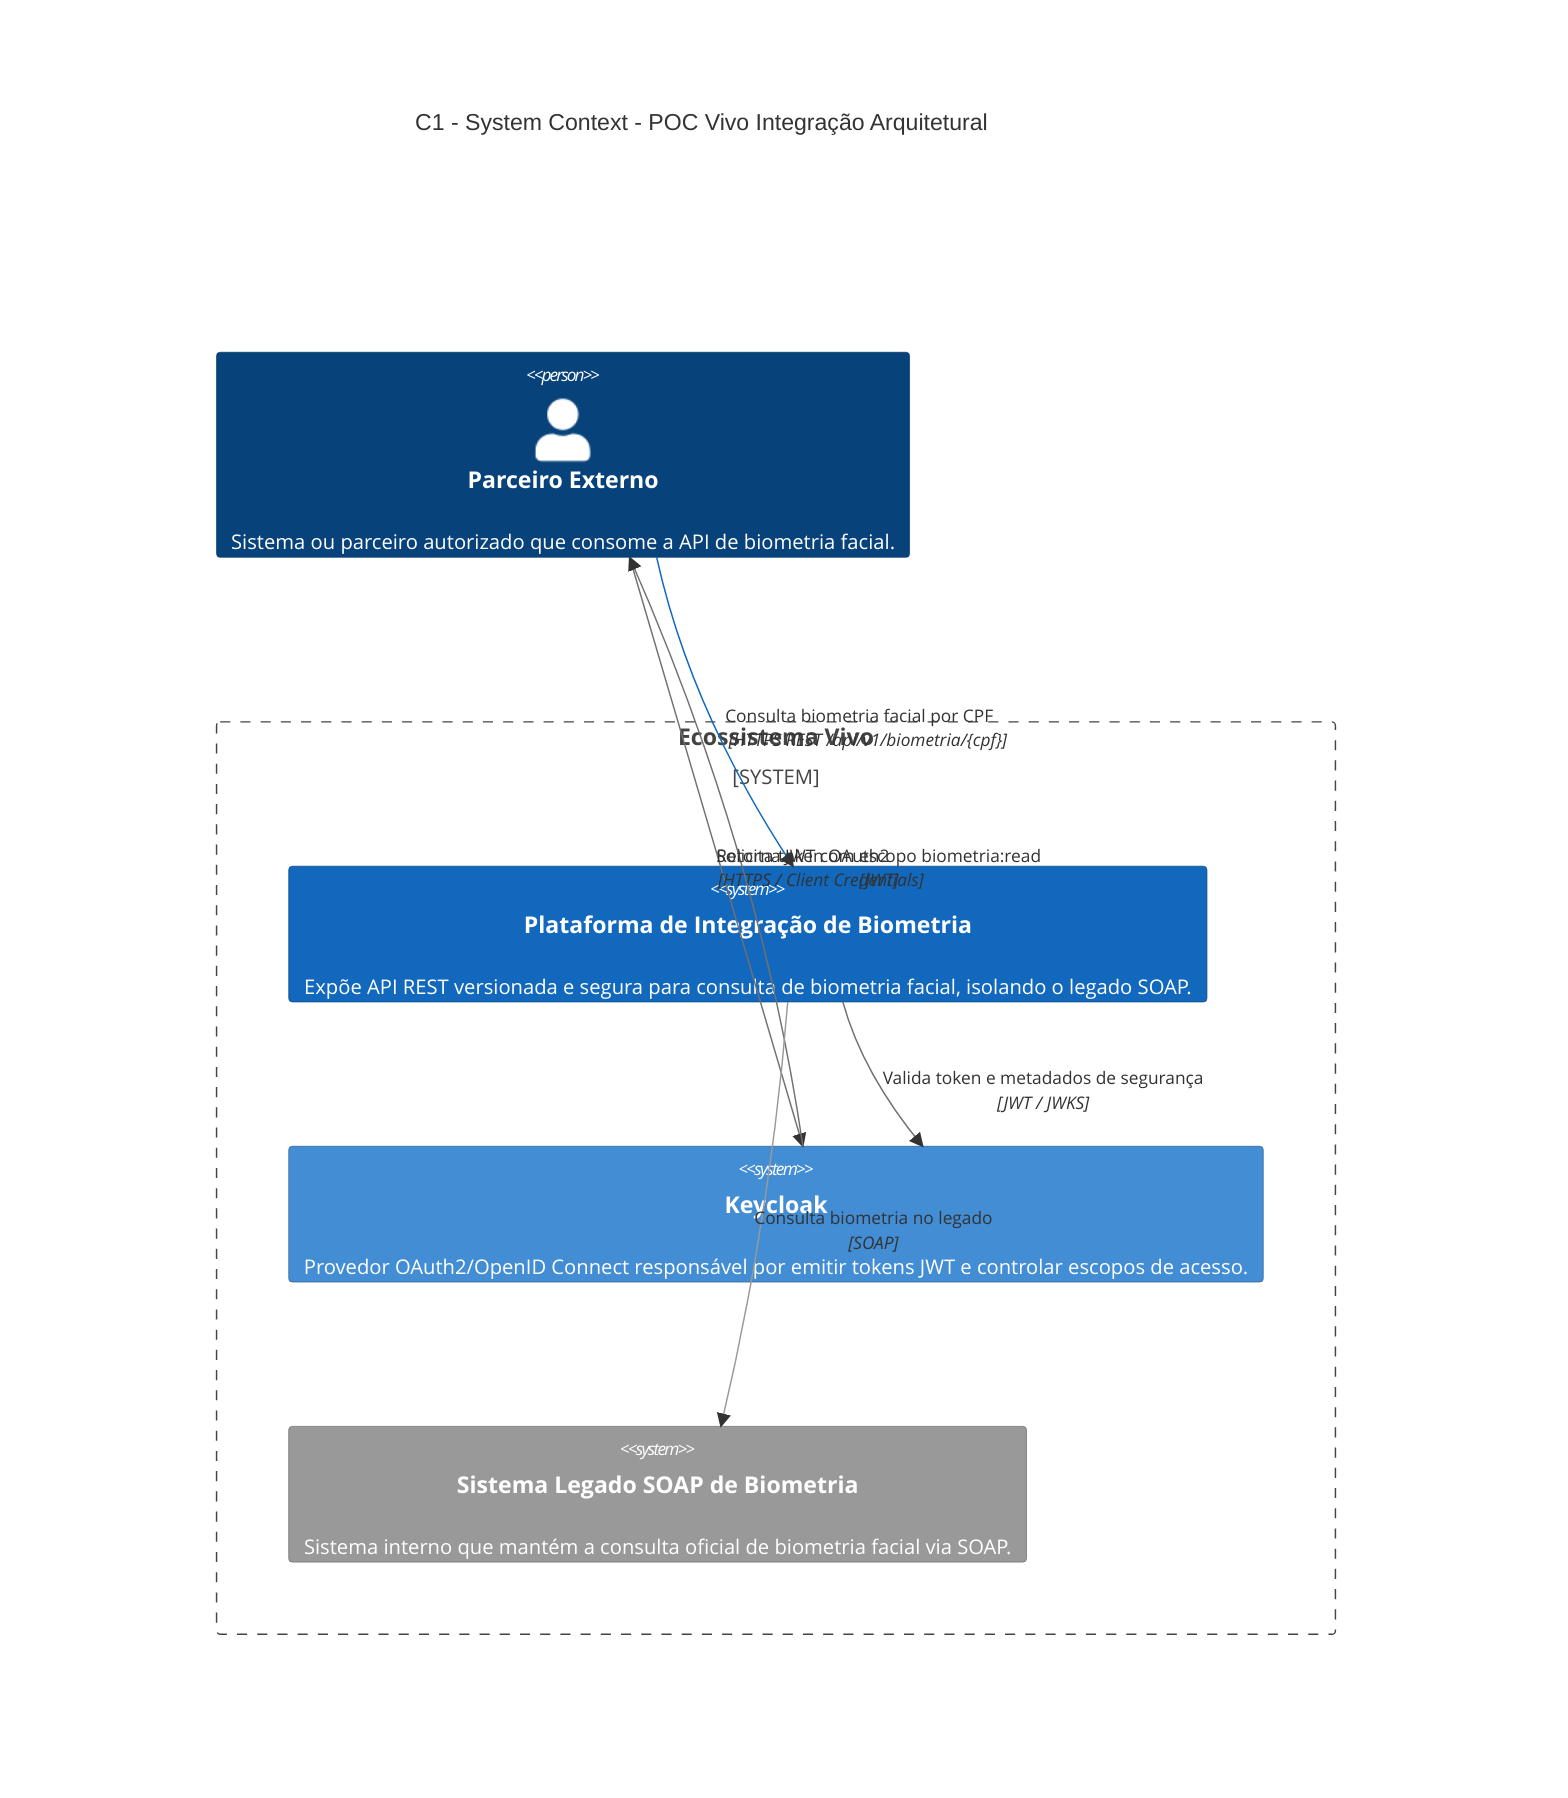
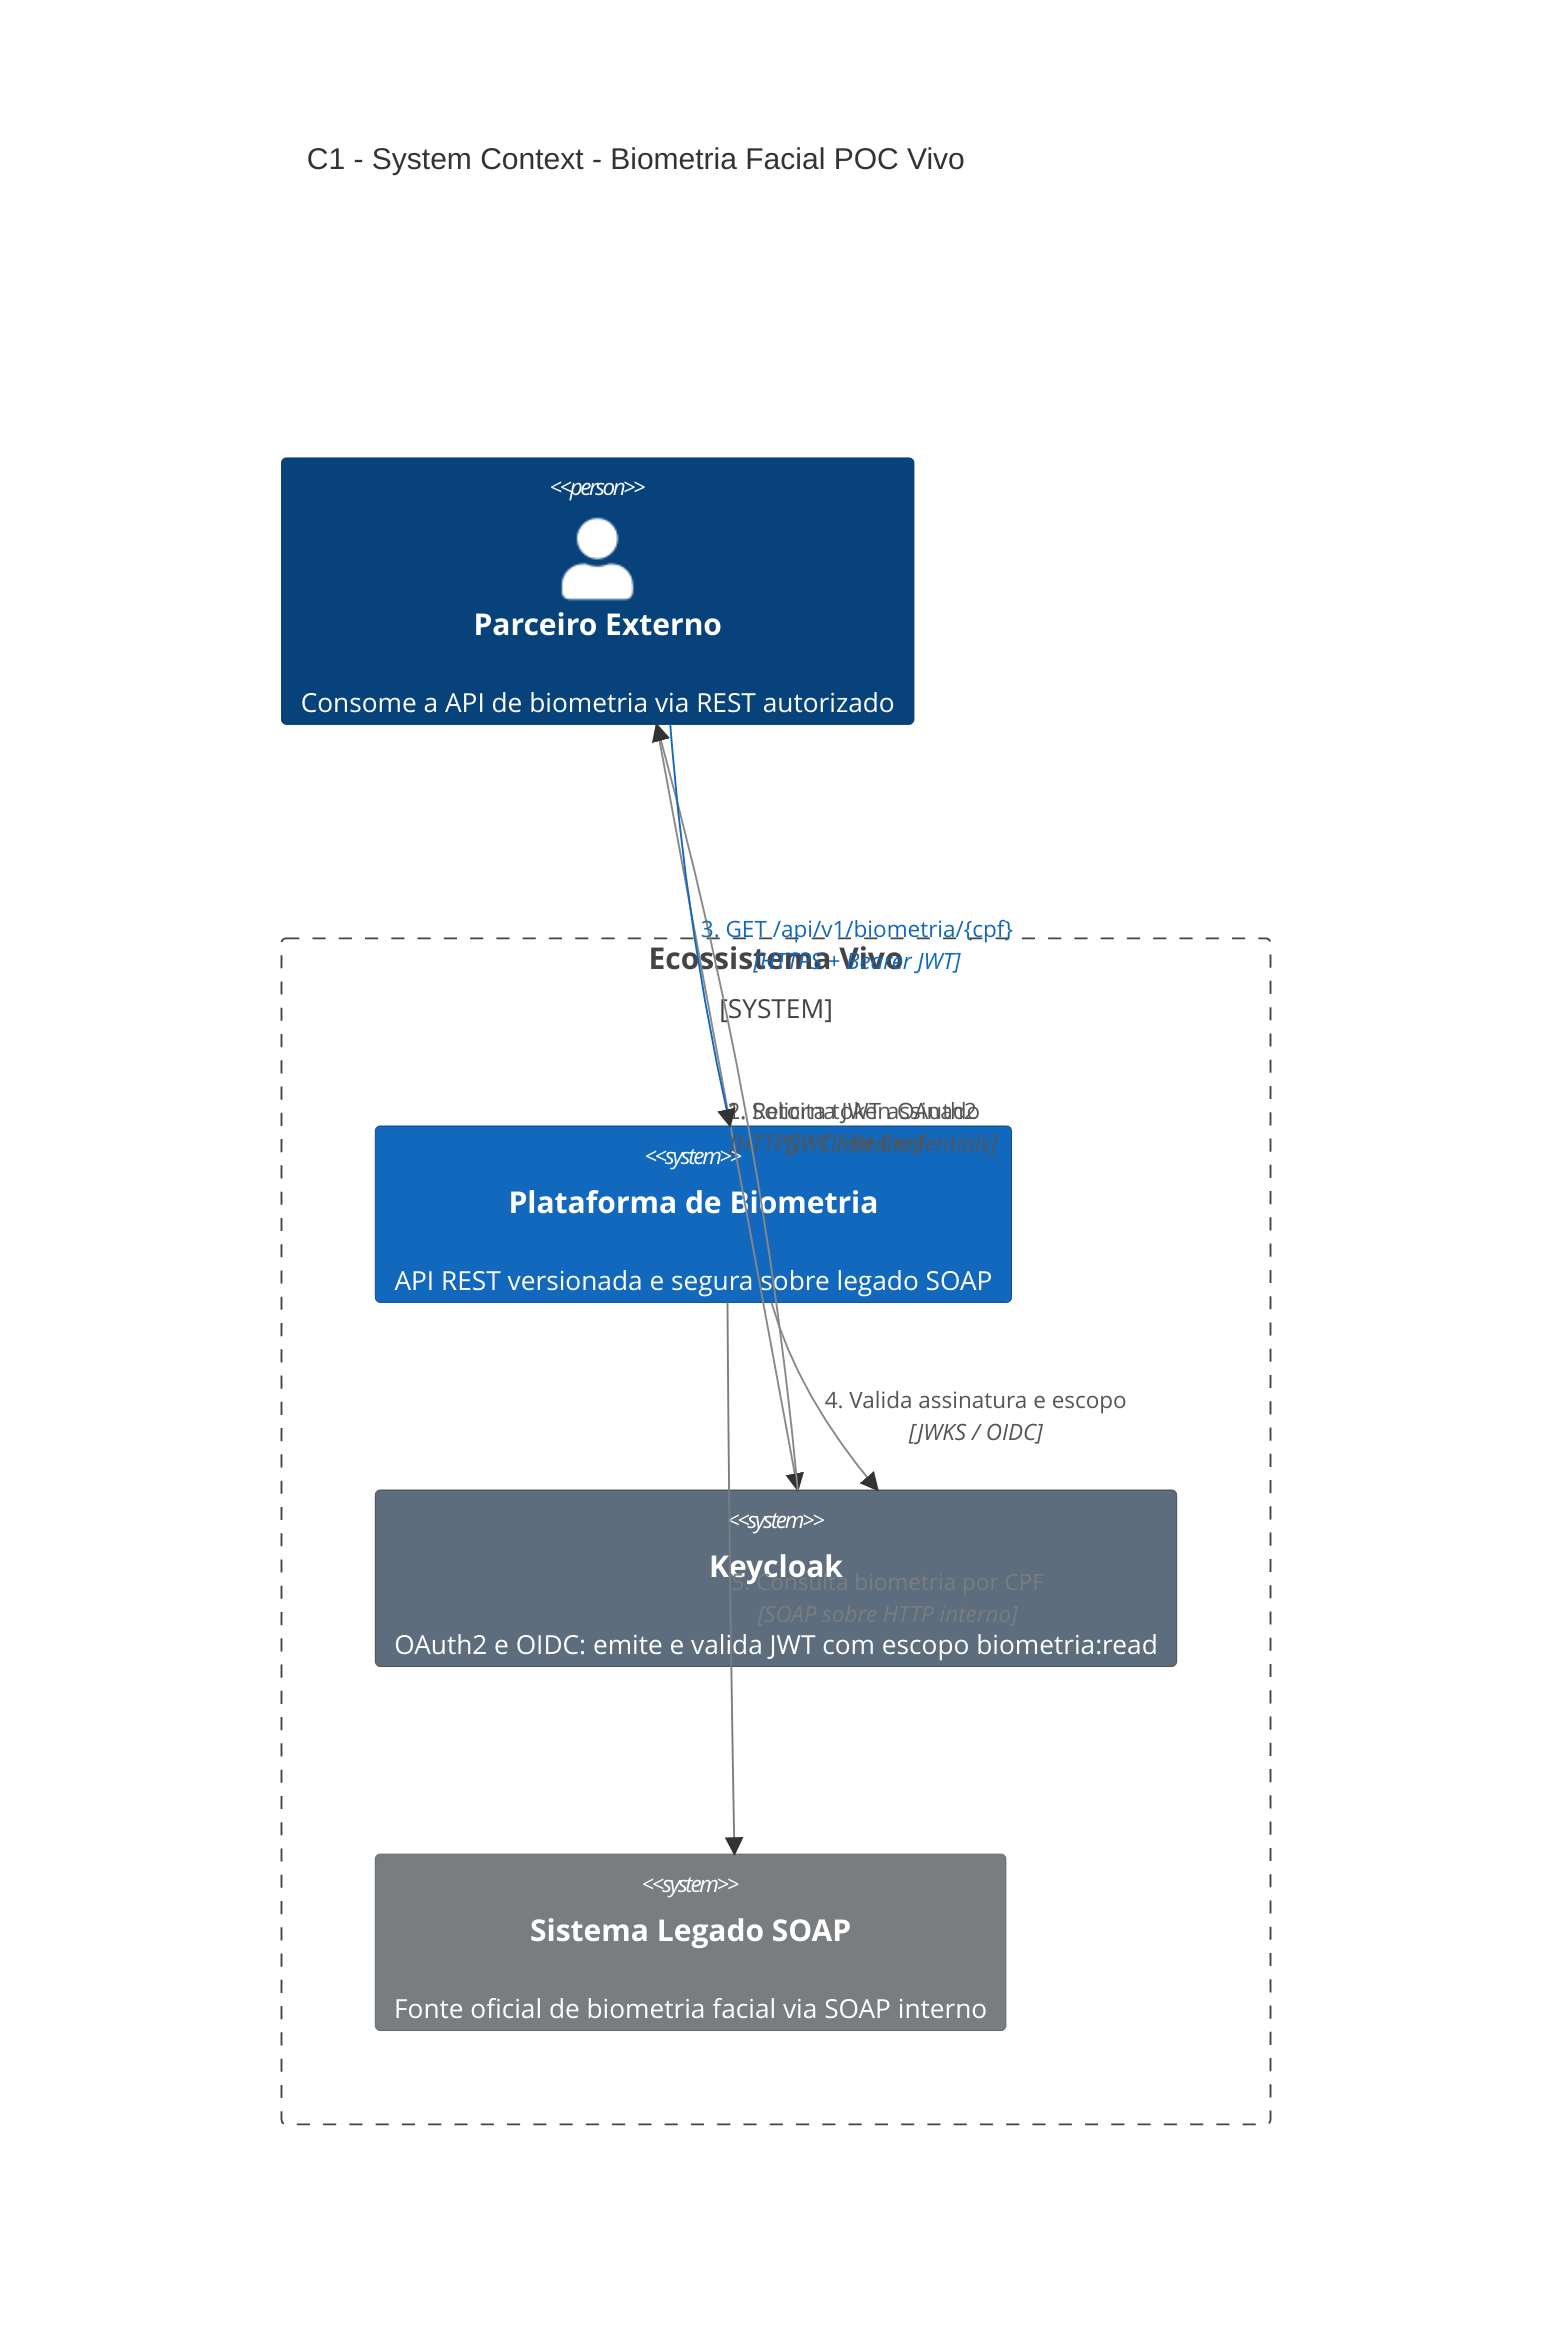
- %% C4 Model — C1 System Context
- %% Projeto: POC Vivo – Integração Arquitetural
- %% Artefato: C1-System-Context.mmd
- %% Versão: 1.0
+ %% C4 Model - C1 System Context
+ %% POC Vivo - Integracao Arquitetural - Biometria Facial
+ %% Versao: 1.1 - Corrigido

C4Context
-     title C1 - System Context - POC Vivo Integração Arquitetural
+     title C1 - System Context - Biometria Facial POC Vivo

-     Person(parceiro, "Parceiro Externo", "Sistema ou parceiro autorizado que consome a API de biometria facial.")
+     Person(parceiro, "Parceiro Externo", "Consome a API de biometria via REST autorizado")

    System_Boundary(vivo, "Ecossistema Vivo") {
-         System(plataforma, "Plataforma de Integração de Biometria", "Expõe API REST versionada e segura para consulta de biometria facial, isolando o legado SOAP.")
-         System(keycloak, "Keycloak", "Provedor OAuth2/OpenID Connect responsável por emitir tokens JWT e controlar escopos de acesso.")
-         System(legado, "Sistema Legado SOAP de Biometria", "Sistema interno que mantém a consulta oficial de biometria facial via SOAP.")
+         System(plataforma, "Plataforma de Biometria", "API REST versionada e segura sobre legado SOAP")
+         System(keycloak, "Keycloak", "OAuth2 e OIDC: emite e valida JWT com escopo biometria:read")
+         System(legado, "Sistema Legado SOAP", "Fonte oficial de biometria facial via SOAP interno")
    }

-     Rel(parceiro, keycloak, "Solicita token OAuth2", "HTTPS / Client Credentials")
-     Rel(keycloak, parceiro, "Retorna JWT com escopo biometria:read", "JWT")
-     Rel(parceiro, plataforma, "Consulta biometria facial por CPF", "HTTPS REST /api/v1/biometria/{cpf}")
-     Rel(plataforma, keycloak, "Valida token e metadados de segurança", "JWT / JWKS")
-     Rel(plataforma, legado, "Consulta biometria no legado", "SOAP")
+     Rel(parceiro, keycloak, "1. Solicita token OAuth2", "HTTPS / Client Credentials")
+     Rel(keycloak, parceiro, "2. Retorna JWT assinado", "JWT / Bearer")
+     Rel(parceiro, plataforma, "3. GET /api/v1/biometria/{cpf}", "HTTPS + Bearer JWT")
+     Rel(plataforma, keycloak, "4. Valida assinatura e escopo", "JWKS / OIDC")
+     Rel(plataforma, legado, "5. Consulta biometria por CPF", "SOAP sobre HTTP interno")

    UpdateElementStyle(parceiro, $bgColor="#08427b", $fontColor="#ffffff", $borderColor="#073b6f")
    UpdateElementStyle(plataforma, $bgColor="#1168bd", $fontColor="#ffffff", $borderColor="#0b4884")
-     UpdateElementStyle(keycloak, $bgColor="#438dd5", $fontColor="#ffffff", $borderColor="#2e6295")
-     UpdateElementStyle(legado, $bgColor="#999999", $fontColor="#ffffff", $borderColor="#6b6b6b")
+     UpdateElementStyle(keycloak, $bgColor="#5d6d7e", $fontColor="#ffffff", $borderColor="#424949")
+     UpdateElementStyle(legado, $bgColor="#797d7f", $fontColor="#ffffff", $borderColor="#566573")

-     UpdateRelStyle(parceiro, keycloak, $textColor="#333333", $lineColor="#707070")
-     UpdateRelStyle(keycloak, parceiro, $textColor="#333333", $lineColor="#707070")
-     UpdateRelStyle(parceiro, plataforma, $textColor="#333333", $lineColor="#1168bd")
-     UpdateRelStyle(plataforma, keycloak, $textColor="#333333", $lineColor="#707070")
-     UpdateRelStyle(plataforma, legado, $textColor="#333333", $lineColor="#999999")
+     UpdateRelStyle(parceiro, keycloak, $textColor="#555555", $lineColor="#888888")
+     UpdateRelStyle(keycloak, parceiro, $textColor="#555555", $lineColor="#888888")
+     UpdateRelStyle(parceiro, plataforma, $textColor="#1168bd", $lineColor="#1168bd")
+     UpdateRelStyle(plataforma, keycloak, $textColor="#555555", $lineColor="#888888")
+     UpdateRelStyle(plataforma, legado, $textColor="#797d7f", $lineColor="#797d7f")
